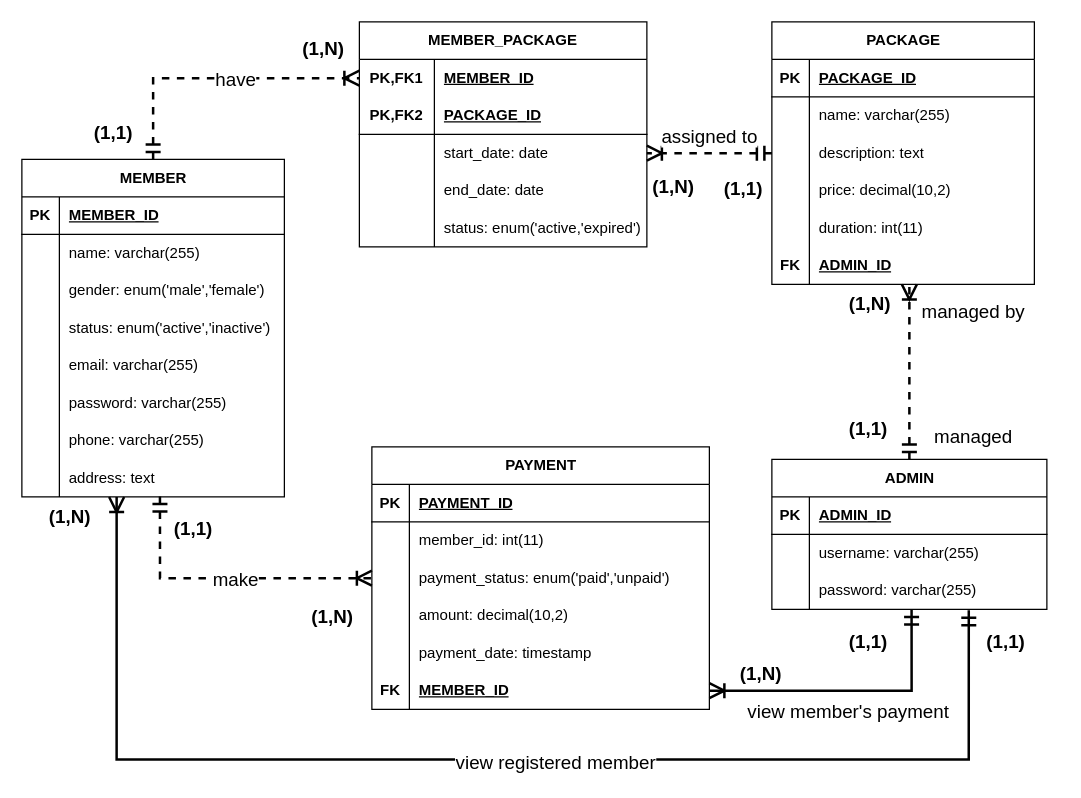
Above: ERD ICT600 Gym Membership System.drawio in AbeSoll/Draw.io (draw.io), before the change. Source tidied: cells renumbered, new cells numbered last; positions are measured from the earlier drawing's top-left corner, leaving out a move shared by most shapes. Both pictures are drawn from the tidied source at 125%, with x=0, y=0 at pixel (21, 21).
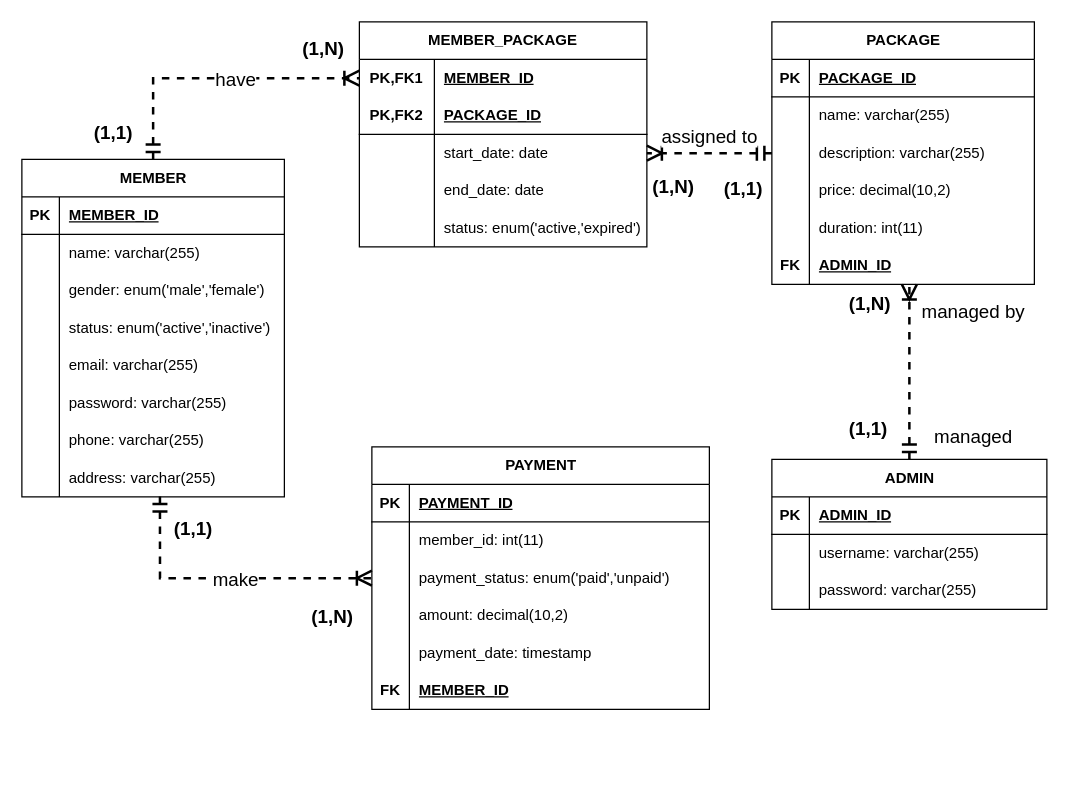
The same diagram, later.

Unchanged cells that the change refers to:
```xml
<mxCell id="24" style="shape=tableRow;horizontal=0;startSize=0;swimlaneHead=0;swimlaneBody=0;fillColor=none;points=[[0,0.5],[1,0.5]];portConstraint=eastwest;top=0;left=0;right=0;bottom=0;fontFamily=Helvetica;fontSize=12;" parent="2" vertex="1">
  <mxGeometry y="240" width="210" height="30" as="geometry" />
</mxCell>
<mxCell id="43" style="shape=tableRow;horizontal=0;startSize=0;swimlaneHead=0;swimlaneBody=0;fillColor=none;points=[[0,0.5],[1,0.5]];portConstraint=eastwest;top=0;left=0;right=0;bottom=0;fontFamily=Helvetica;fontSize=12;fontStyle=1;" parent="27" vertex="1">
  <mxGeometry y="180" width="270" height="30" as="geometry" />
</mxCell>
<mxCell id="53" style="shape=tableRow;horizontal=0;startSize=0;swimlaneHead=0;swimlaneBody=0;fillColor=none;points=[[0,0.5],[1,0.5]];portConstraint=eastwest;top=0;left=0;right=0;bottom=0;fontFamily=Helvetica;fontSize=12;" parent="46" vertex="1">
  <mxGeometry y="90" width="210" height="30" as="geometry" />
</mxCell>
<mxCell id="74" style="shape=tableRow;horizontal=0;startSize=0;swimlaneHead=0;swimlaneBody=0;fillColor=none;points=[[0,0.5],[1,0.5]];portConstraint=eastwest;top=0;left=0;right=0;bottom=0;fontFamily=Helvetica;fontSize=12;" parent="67" vertex="1">
  <mxGeometry y="90" width="220" height="30" as="geometry" />
</mxCell>
```

What changed in the source:
```diff
@@
-    <mxCell id="26" value="address: text" style="shape=partialRectangle;fillColor=none;top=0;left=0;bottom=0;right=0;align=left;spacingLeft=6;overflow=hidden;whiteSpace=wrap;html=1;fontFamily=Helvetica;fontSize=12;" parent="24" vertex="1">
+    <mxCell id="26" value="address: varchar(255)" style="shape=partialRectangle;fillColor=none;top=0;left=0;bottom=0;right=0;align=left;spacingLeft=6;overflow=hidden;whiteSpace=wrap;html=1;fontFamily=Helvetica;fontSize=12;" parent="24" vertex="1">
       <mxGeometry x="30" width="180" height="30" as="geometry" />
     </mxCell>
@@
-    <mxCell id="55" value="description: text" style="shape=partialRectangle;fillColor=none;top=0;left=0;bottom=0;right=0;align=left;spacingLeft=6;overflow=hidden;whiteSpace=wrap;html=1;fontFamily=Helvetica;fontSize=12;" parent="53" vertex="1">
+    <mxCell id="55" value="description: varchar(255)" style="shape=partialRectangle;fillColor=none;top=0;left=0;bottom=0;right=0;align=left;spacingLeft=6;overflow=hidden;whiteSpace=wrap;html=1;fontFamily=Helvetica;fontSize=12;" parent="53" vertex="1">
       <mxGeometry x="30" width="180" height="30" as="geometry" />
     </mxCell>
@@
-    <mxCell id="100" style="edgeStyle=orthogonalEdgeStyle;rounded=0;jettySize=auto;html=1;exitX=0.508;exitY=1.004;exitDx=0;exitDy=0;entryX=1;entryY=0.5;entryDx=0;entryDy=0;exitPerimeter=0;startArrow=ERmandOne;startFill=0;endArrow=ERoneToMany;endFill=0;strokeWidth=2;endSize=9;startSize=9;" parent="1" edge="1" source="74" target="43">
-      <mxGeometry relative="1" as="geometry">
-        <Array as="points">
-          <mxPoint x="712" y="535" />
-        </Array>
-      </mxGeometry>
-    </mxCell>
-    <mxCell id="101" value="view member's payment" style="edgeLabel;html=1;align=center;verticalAlign=middle;fontSize=15;" parent="100" vertex="1">
-      <mxGeometry x="0.01" y="6" relative="1" as="geometry">
-        <mxPoint x="-2" y="9" as="offset" />
-      </mxGeometry>
-    </mxCell>
@@
-    <mxCell id="103" style="edgeStyle=orthogonalEdgeStyle;rounded=0;jettySize=auto;html=1;exitX=0.361;exitY=1.005;exitDx=0;exitDy=0;entryX=0.716;entryY=1.024;entryDx=0;entryDy=0;entryPerimeter=0;exitPerimeter=0;startArrow=ERoneToMany;startFill=0;endArrow=ERmandOne;endFill=0;endSize=9;startSize=9;strokeWidth=2;" parent="1" edge="1" source="24" target="74">
-      <mxGeometry relative="1" as="geometry">
-        <Array as="points">
-          <mxPoint x="76" y="590" />
-          <mxPoint x="758" y="590" />
-        </Array>
-      </mxGeometry>
-    </mxCell>
-    <mxCell id="104" value="view registered member" style="edgeLabel;html=1;align=center;verticalAlign=middle;fontSize=15;" parent="103" vertex="1">
-      <mxGeometry x="0.11" y="-1" relative="1" as="geometry" />
-    </mxCell>
@@
-    <mxCell id="107" value="&lt;span style=&quot;color: rgb(0, 0, 0); font-family: Helvetica; font-size: 15px; font-style: normal; font-variant-ligatures: normal; font-variant-caps: normal; font-weight: 700; letter-spacing: normal; orphans: 2; text-align: center; text-indent: 0px; text-transform: none; widows: 2; word-spacing: 0px; -webkit-text-stroke-width: 0px; white-space: nowrap; background-color: rgb(255, 255, 255); text-decoration-thickness: initial; text-decoration-style: initial; text-decoration-color: initial; display: inline !important; float: none;&quot;&gt;(1,1)&lt;/span&gt;" style="text;whiteSpace=wrap;html=1;" parent="1" vertex="1">
-      <mxGeometry x="660" y="480" width="60" height="40" as="geometry" />
-    </mxCell>
-    <mxCell id="108" value="&lt;span style=&quot;color: rgb(0, 0, 0); font-family: Helvetica; font-size: 15px; font-style: normal; font-variant-ligatures: normal; font-variant-caps: normal; font-weight: 700; letter-spacing: normal; orphans: 2; text-align: center; text-indent: 0px; text-transform: none; widows: 2; word-spacing: 0px; -webkit-text-stroke-width: 0px; white-space: nowrap; background-color: rgb(255, 255, 255); text-decoration-thickness: initial; text-decoration-style: initial; text-decoration-color: initial; display: inline !important; float: none;&quot;&gt;(1,1)&lt;/span&gt;" style="text;whiteSpace=wrap;html=1;" parent="1" vertex="1">
-      <mxGeometry x="770" y="480" width="60" height="40" as="geometry" />
-    </mxCell>
@@
-    <mxCell id="112" value="(1,N)" style="edgeLabel;html=1;align=center;verticalAlign=middle;fontStyle=1;fontSize=15;" parent="1" vertex="1">
-      <mxGeometry x="590" y="520" as="geometry" />
-    </mxCell>
@@
-    <mxCell id="114" value="&lt;span style=&quot;color: rgb(0, 0, 0); font-family: Helvetica; font-size: 15px; font-style: normal; font-variant-ligatures: normal; font-variant-caps: normal; font-weight: 700; letter-spacing: normal; orphans: 2; text-align: center; text-indent: 0px; text-transform: none; widows: 2; word-spacing: 0px; -webkit-text-stroke-width: 0px; white-space: nowrap; background-color: rgb(255, 255, 255); text-decoration-thickness: initial; text-decoration-style: initial; text-decoration-color: initial; float: none; display: inline !important;&quot;&gt;(1,N)&lt;/span&gt;" style="text;whiteSpace=wrap;html=1;" parent="1" vertex="1">
-      <mxGeometry x="20" y="380" width="60" height="40" as="geometry" />
-    </mxCell>
```
